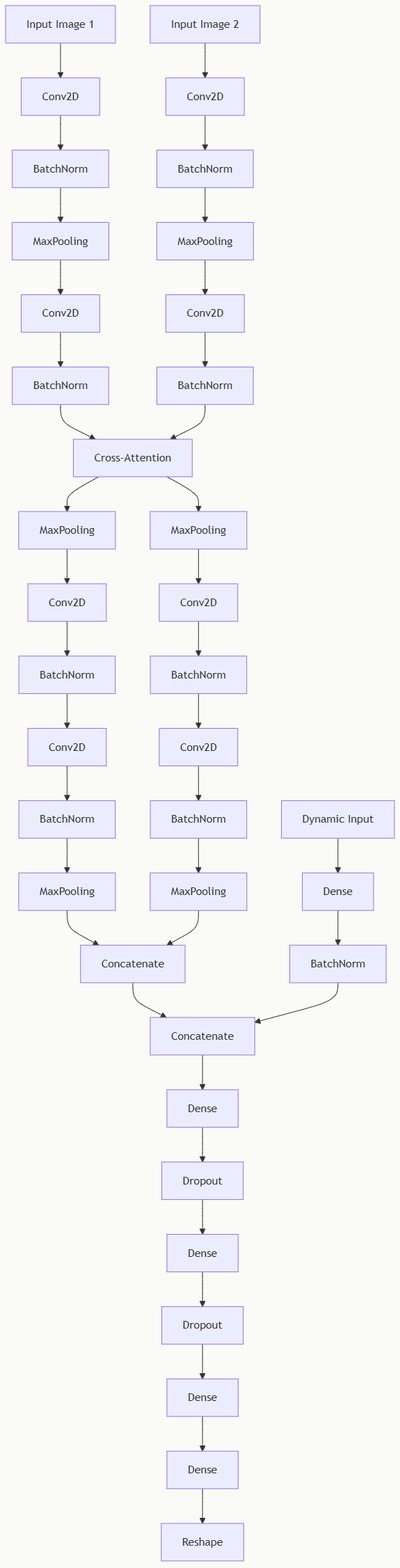
This is model/architecture/modelArchitecture.mmd.png from TheAypisamFpv/Autopilot, a Mermaid export, as it was before one commit. Its source is kept beside it as model/architecture/modelArchitecture.mmd. Its diagram source:
```mermaid
graph TD
    A1[Input Image 1] --> B1[Conv2D]
    B1 --> C1[BatchNorm]
    C1 --> D1[MaxPooling]
    D1 --> E1[Conv2D]
    E1 --> F1[BatchNorm]

    A2[Input Image 2] --> B2[Conv2D]
    B2 --> C2[BatchNorm]
    C2 --> D2[MaxPooling]
    D2 --> E2[Conv2D]
    E2 --> F2[BatchNorm]

    F1 --> G[Cross-Attention]
    F2 --> G
    G --> H1[MaxPooling]
    G --> H2[MaxPooling]

    H1 --> I1[Conv2D]
    I1 --> J1[BatchNorm]
    J1 --> K1[Conv2D]
    K1 --> L1[BatchNorm]
    L1 --> M1[MaxPooling]

    H2 --> I2[Conv2D]
    I2 --> J2[BatchNorm]
    J2 --> K2[Conv2D]
    K2 --> L2[BatchNorm]
    L2 --> M2[MaxPooling]

    M1 --> N[Concatenate]
    M2 --> N

    O[Dynamic Input] --> P[Dense]
    P --> Q[BatchNorm]

    N --> R[Concatenate]
    Q --> R

    R --> S[Dense]
    S --> T[Dropout]
    T --> U[Dense]
    U --> V[Dropout]
    V --> W[Dense]

    W --> X[Dense]
    X --> Y[Reshape]
```
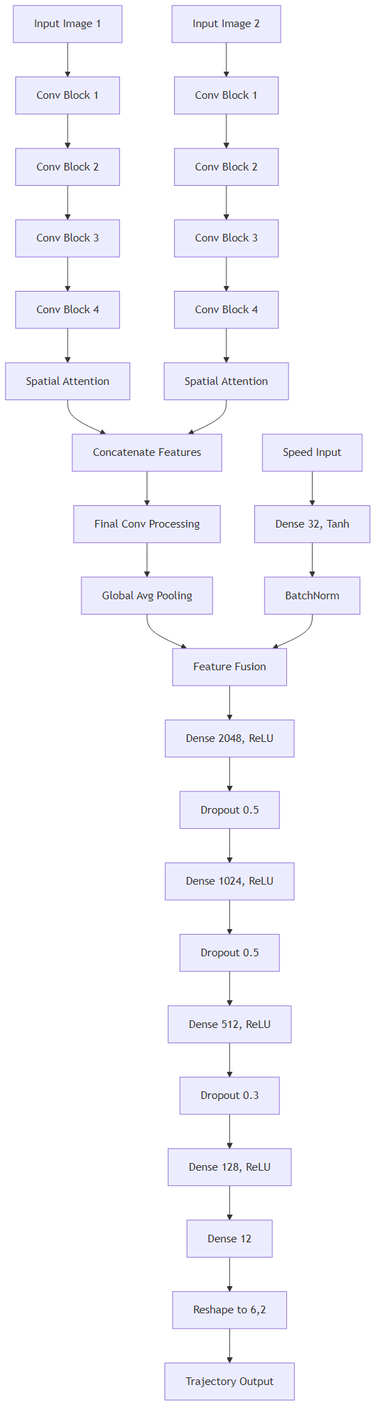
After the commit.

Diff of the diagram source:
```diff
@@ -1,47 +1,39 @@
 graph TD
-    A1[Input Image 1] --> B1[Conv2D]
-    B1 --> C1[BatchNorm]
-    C1 --> D1[MaxPooling]
-    D1 --> E1[Conv2D]
-    E1 --> F1[BatchNorm]
+    A1[Input Image 1] --> B1[Conv Block 1]
+    A2[Input Image 2] --> B2[Conv Block 1]
 
-    A2[Input Image 2] --> B2[Conv2D]
-    B2 --> C2[BatchNorm]
-    C2 --> D2[MaxPooling]
-    D2 --> E2[Conv2D]
-    E2 --> F2[BatchNorm]
+    B1 --> C1[Conv Block 2]
+    B2 --> C2[Conv Block 2]
 
-    F1 --> G[Cross-Attention]
+    C1 --> D1[Conv Block 3]
+    C2 --> D2[Conv Block 3]
+
+    D1 --> E1[Conv Block 4]
+    D2 --> E2[Conv Block 4]
+
+    E1 --> F1[Spatial Attention]
+    E2 --> F2[Spatial Attention]
+
+    F1 --> G[Concatenate Features]
     F2 --> G
-    G --> H1[MaxPooling]
-    G --> H2[MaxPooling]
 
-    H1 --> I1[Conv2D]
-    I1 --> J1[BatchNorm]
-    J1 --> K1[Conv2D]
-    K1 --> L1[BatchNorm]
-    L1 --> M1[MaxPooling]
+    G --> H[Final Conv Processing]
+    H --> I[Global Avg Pooling]
 
-    H2 --> I2[Conv2D]
-    I2 --> J2[BatchNorm]
-    J2 --> K2[Conv2D]
-    K2 --> L2[BatchNorm]
-    L2 --> M2[MaxPooling]
+    J[Speed Input] --> K[Dense 32, Tanh]
+    K --> L[BatchNorm]
 
-    M1 --> N[Concatenate]
-    M2 --> N
+    I --> M[Feature Fusion]
+    L --> M
 
-    O[Dynamic Input] --> P[Dense]
-    P --> Q[BatchNorm]
+    M --> N[Dense 2048, ReLU]
+    N --> O[Dropout 0.5]
+    O --> P[Dense 1024, ReLU]
+    P --> Q[Dropout 0.5]
+    Q --> R[Dense 512, ReLU]
+    R --> S[Dropout 0.3]
+    S --> T[Dense 128, ReLU]
+    T --> U[Dense 12]
+    U --> V[Reshape to 6,2]
 
-    N --> R[Concatenate]
-    Q --> R
-
-    R --> S[Dense]
-    S --> T[Dropout]
-    T --> U[Dense]
-    U --> V[Dropout]
-    V --> W[Dense]
-
-    W --> X[Dense]
-    X --> Y[Reshape]
+    V --> W[Trajectory Output]
```
